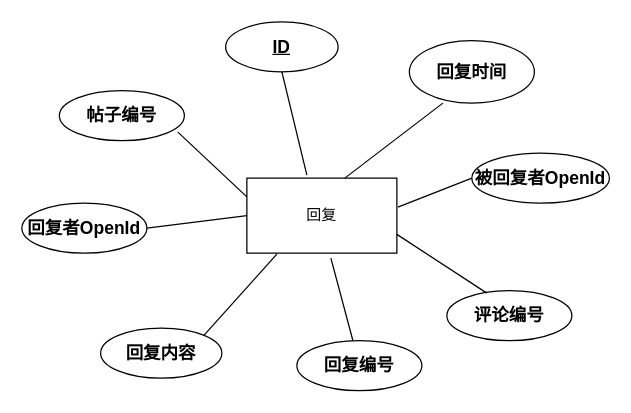
geoffrey-h/code keeps this draw.io diagram as 回复实体图.drawio. Above is the earlier version. Source tidied: cells renumbered, new cells numbered last; positions are measured from the earlier drawing's top-left corner, leaving out a move shared by most shapes. Both pictures are drawn from the tidied source at 125%, with x=0, y=0 at pixel (21, 21).
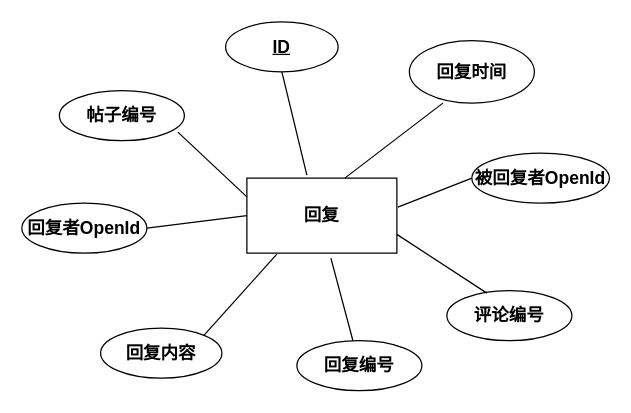
After the change.

Commit message (it also covers changes not shown here):
更新回复实体图.drawio

What changed in the source:
```diff
@@
 <mxGraphModel>
   <root>
     <mxCell id="0" />
     <mxCell id="1" parent="0" />
-    <mxCell id="2" value="回复" style="rounded=0;whiteSpace=wrap;html=1;" parent="1" vertex="1">
+    <mxCell id="2" value="&lt;font style=&quot;font-size: 14px&quot;&gt;&lt;b&gt;回复&lt;/b&gt;&lt;/font&gt;" style="rounded=0;whiteSpace=wrap;html=1;" parent="1" vertex="1">
       <mxGeometry x="180" y="125" width="120" height="60" as="geometry" />
     </mxCell>
     <mxCell id="3" value="&lt;font style=&quot;font-size: 14px&quot;&gt;&lt;b&gt;帖子编号&lt;/b&gt;&lt;/font&gt;" style="ellipse;whiteSpace=wrap;html=1;" parent="1" vertex="1">
       <mxGeometry x="30" y="55" width="100" height="40" as="geometry" />
     </mxCell>
     <mxCell id="4" value="&lt;font style=&quot;font-size: 14px&quot;&gt;&lt;b&gt;回复者OpenId&lt;/b&gt;&lt;/font&gt;" style="ellipse;whiteSpace=wrap;html=1;" parent="1" vertex="1">
       <mxGeometry y="145" width="100" height="40" as="geometry" />
     </mxCell>
     <mxCell id="5" value="&lt;b&gt;&lt;font style=&quot;font-size: 14px&quot;&gt;回复内容&lt;/font&gt;&lt;/b&gt;" style="ellipse;whiteSpace=wrap;html=1;" parent="1" vertex="1">
       <mxGeometry x="63" y="245" width="97" height="40" as="geometry" />
     </mxCell>
     <mxCell id="6" value="&lt;font style=&quot;font-size: 14px&quot;&gt;&lt;b&gt;&lt;u&gt;ID&lt;/u&gt;&lt;/b&gt;&lt;/font&gt;" style="ellipse;whiteSpace=wrap;html=1;" parent="1" vertex="1">
       <mxGeometry x="163" width="90" height="40" as="geometry" />
     </mxCell>
     <mxCell id="7" value="&lt;b&gt;&lt;font style=&quot;font-size: 14px&quot;&gt;被回复者OpenId&lt;/font&gt;&lt;/b&gt;" style="ellipse;whiteSpace=wrap;html=1;" parent="1" vertex="1">
       <mxGeometry x="360" y="105" width="110" height="40" as="geometry" />
     </mxCell>
     <mxCell id="8" value="&lt;b&gt;&lt;font style=&quot;font-size: 14px&quot;&gt;回复时间&lt;/font&gt;&lt;/b&gt;" style="ellipse;whiteSpace=wrap;html=1;" parent="1" vertex="1">
       <mxGeometry x="310" y="15" width="100" height="50" as="geometry" />
     </mxCell>
     <mxCell id="9" value="&lt;b&gt;&lt;font style=&quot;font-size: 14px&quot;&gt;评论编号&lt;/font&gt;&lt;/b&gt;" style="ellipse;whiteSpace=wrap;html=1;" parent="1" vertex="1">
       <mxGeometry x="340" y="215" width="100" height="40" as="geometry" />
     </mxCell>
     <mxCell id="10" value="&lt;font style=&quot;font-size: 14px&quot;&gt;&lt;b&gt;回复编号&lt;/b&gt;&lt;/font&gt;" style="ellipse;whiteSpace=wrap;html=1;" parent="1" vertex="1">
       <mxGeometry x="220" y="255" width="100" height="40" as="geometry" />
     </mxCell>
     <mxCell id="11" style="endArrow=none;html=1;entryX=0.5;entryY=1;entryDx=0;entryDy=0;exitX=0.4;exitY=-0.04;exitDx=0;exitDy=0;exitPerimeter=0;" parent="1" edge="1" source="2" target="6">
       <mxGeometry relative="1" as="geometry" />
     </mxCell>
     <mxCell id="12" style="endArrow=none;html=1;entryX=0.268;entryY=1;entryDx=0;entryDy=0;entryPerimeter=0;exitX=0.653;exitY=0;exitDx=0;exitDy=0;exitPerimeter=0;" parent="1" edge="1" source="2" target="8">
       <mxGeometry relative="1" as="geometry" />
     </mxCell>
     <mxCell id="13" style="endArrow=none;html=1;entryX=0;entryY=0.5;entryDx=0;entryDy=0;exitX=1.007;exitY=0.387;exitDx=0;exitDy=0;exitPerimeter=0;" parent="1" edge="1" source="2" target="7">
       <mxGeometry relative="1" as="geometry" />
     </mxCell>
     <mxCell id="14" style="endArrow=none;html=1;entryX=0.32;entryY=0.05;entryDx=0;entryDy=0;entryPerimeter=0;exitX=1;exitY=0.75;exitDx=0;exitDy=0;" parent="1" edge="1" source="2" target="9">
       <mxGeometry relative="1" as="geometry" />
     </mxCell>
     <mxCell id="15" style="endArrow=none;html=1;entryX=0.56;entryY=1.067;entryDx=0;entryDy=0;entryPerimeter=0;" parent="1" edge="1" source="10" target="2">
       <mxGeometry relative="1" as="geometry" />
     </mxCell>
     <mxCell id="16" style="endArrow=none;html=1;entryX=0.2;entryY=1.013;entryDx=0;entryDy=0;entryPerimeter=0;exitX=1;exitY=0;exitDx=0;exitDy=0;" parent="1" edge="1" source="5" target="2">
       <mxGeometry relative="1" as="geometry" />
     </mxCell>
     <mxCell id="17" style="endArrow=none;html=1;entryX=0;entryY=0.5;entryDx=0;entryDy=0;exitX=1;exitY=0.5;exitDx=0;exitDy=0;" parent="1" edge="1" source="4" target="2">
       <mxGeometry relative="1" as="geometry" />
     </mxCell>
     <mxCell id="18" style="endArrow=none;html=1;entryX=0;entryY=0.25;entryDx=0;entryDy=0;exitX=0.948;exitY=0.83;exitDx=0;exitDy=0;exitPerimeter=0;" parent="1" edge="1" source="3" target="2">
       <mxGeometry relative="1" as="geometry" />
     </mxCell>
   </root>
 </mxGraphModel>
```
